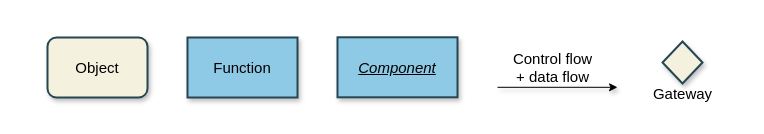
Above: graphics/Definitions.drawio in crschnick/Master-Thesis (draw.io), before the change. Source tidied: cells renumbered, new cells numbered last; positions are measured from the earlier drawing's top-left corner, leaving out a move shared by most shapes. Both pictures are drawn from the tidied source at 100%, with x=0, y=0 at pixel (17, 17).
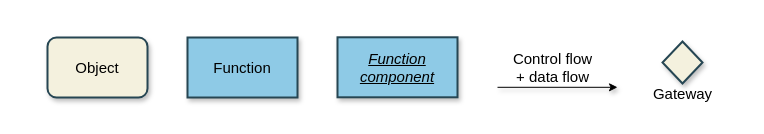
After the change.

Diff of the diagram source:
```diff
@@
 <mxGraphModel>
   <root>
     <mxCell id="0" />
     <mxCell id="1" parent="0" />
     <mxCell id="2" style="rounded=0;whiteSpace=wrap;html=1;fillColor=none;strokeColor=none;" parent="1" vertex="1">
       <mxGeometry width="730" height="100" as="geometry" />
     </mxCell>
     <mxCell id="3" value="Function" style="rounded=0;whiteSpace=wrap;html=1;sketch=0;fontSize=15;shadow=1;strokeColor=#264653;strokeWidth=2;fillColor=#8ECAE6;" parent="1" vertex="1">
       <mxGeometry x="170" y="20" width="110" height="60" as="geometry" />
     </mxCell>
     <mxCell id="4" value="Object" style="rounded=1;whiteSpace=wrap;html=1;sketch=0;fillColor=#f4f1de;fontSize=15;shadow=1;strokeColor=#264653;strokeWidth=2;" parent="1" vertex="1">
       <mxGeometry x="30" y="20" width="100" height="60" as="geometry" />
     </mxCell>
-    <mxCell id="5" value="&lt;i style=&quot;font-size: 15px&quot;&gt;&lt;u style=&quot;font-size: 15px&quot;&gt;Component&lt;br style=&quot;font-size: 15px&quot;&gt;&lt;/u&gt;&lt;/i&gt;" style="rounded=0;whiteSpace=wrap;html=1;sketch=0;fontSize=15;shadow=1;strokeColor=#264653;strokeWidth=2;fillColor=#8ECAE6;" parent="1" vertex="1">
+    <mxCell id="5" value="&lt;i style=&quot;font-size: 15px&quot;&gt;&lt;u style=&quot;font-size: 15px&quot;&gt;Function component&lt;br style=&quot;font-size: 15px&quot;&gt;&lt;/u&gt;&lt;/i&gt;" style="rounded=0;whiteSpace=wrap;html=1;sketch=0;fontSize=15;shadow=1;strokeColor=#264653;strokeWidth=2;fillColor=#8ECAE6;" parent="1" vertex="1">
       <mxGeometry x="320" y="19.8" width="120" height="60" as="geometry" />
     </mxCell>
     <mxCell id="6" style="edgeStyle=orthogonalEdgeStyle;rounded=0;orthogonalLoop=1;jettySize=auto;html=1;fontSize=15;shadow=1;" parent="1" edge="1">
       <mxGeometry relative="1" as="geometry">
         <mxPoint x="480" y="69.8" as="sourcePoint" />
         <mxPoint x="600" y="69.8" as="targetPoint" />
       </mxGeometry>
     </mxCell>
     <mxCell id="7" value="Control flow&lt;br&gt;+ data flow" style="text;html=1;align=center;verticalAlign=middle;strokeColor=none;fontSize=15;shadow=1;" parent="1" vertex="1">
       <mxGeometry x="490" y="29.8" width="90" height="40" as="geometry" />
     </mxCell>
     <mxCell id="8" style="rhombus;whiteSpace=wrap;html=1;shadow=1;sketch=0;fontSize=15;strokeWidth=2;strokeColor=#264653;fillColor=#F4F1DE;" parent="1" vertex="1">
       <mxGeometry x="645" y="24" width="40" height="42" as="geometry" />
     </mxCell>
     <mxCell id="9" value="Gateway" style="text;html=1;align=center;verticalAlign=middle;strokeColor=none;fontSize=15;shadow=1;" parent="1" vertex="1">
       <mxGeometry x="630" y="66" width="70" height="20" as="geometry" />
     </mxCell>
   </root>
 </mxGraphModel>
```
